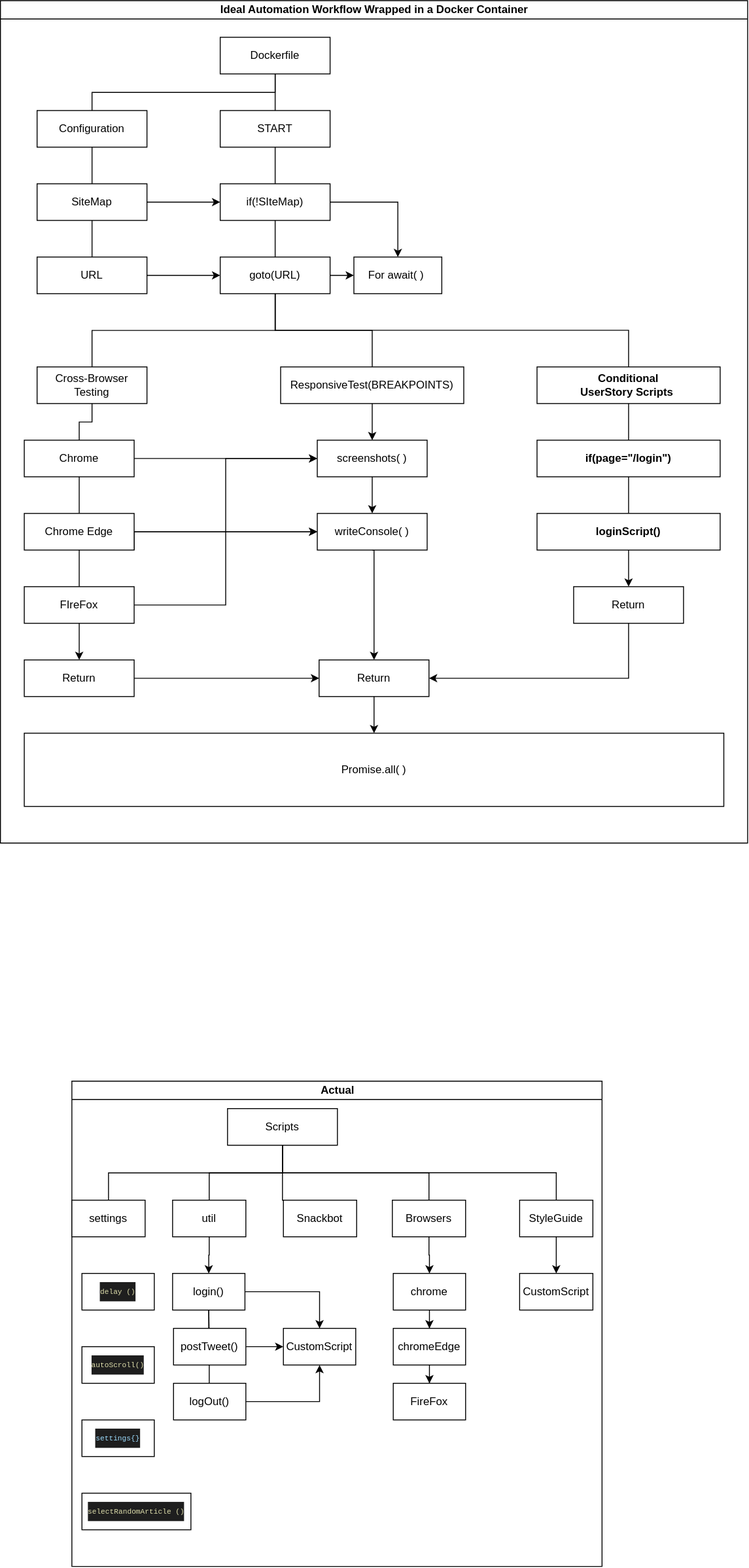
This is Automation/automation.drawio.svg from HansUXdev/GhostPlate, a draw.io export, as it was before one commit. Source tidied: cells renumbered, new cells last; positions are measured from the earlier drawing's top-left corner, leaving out a move shared by most shapes.
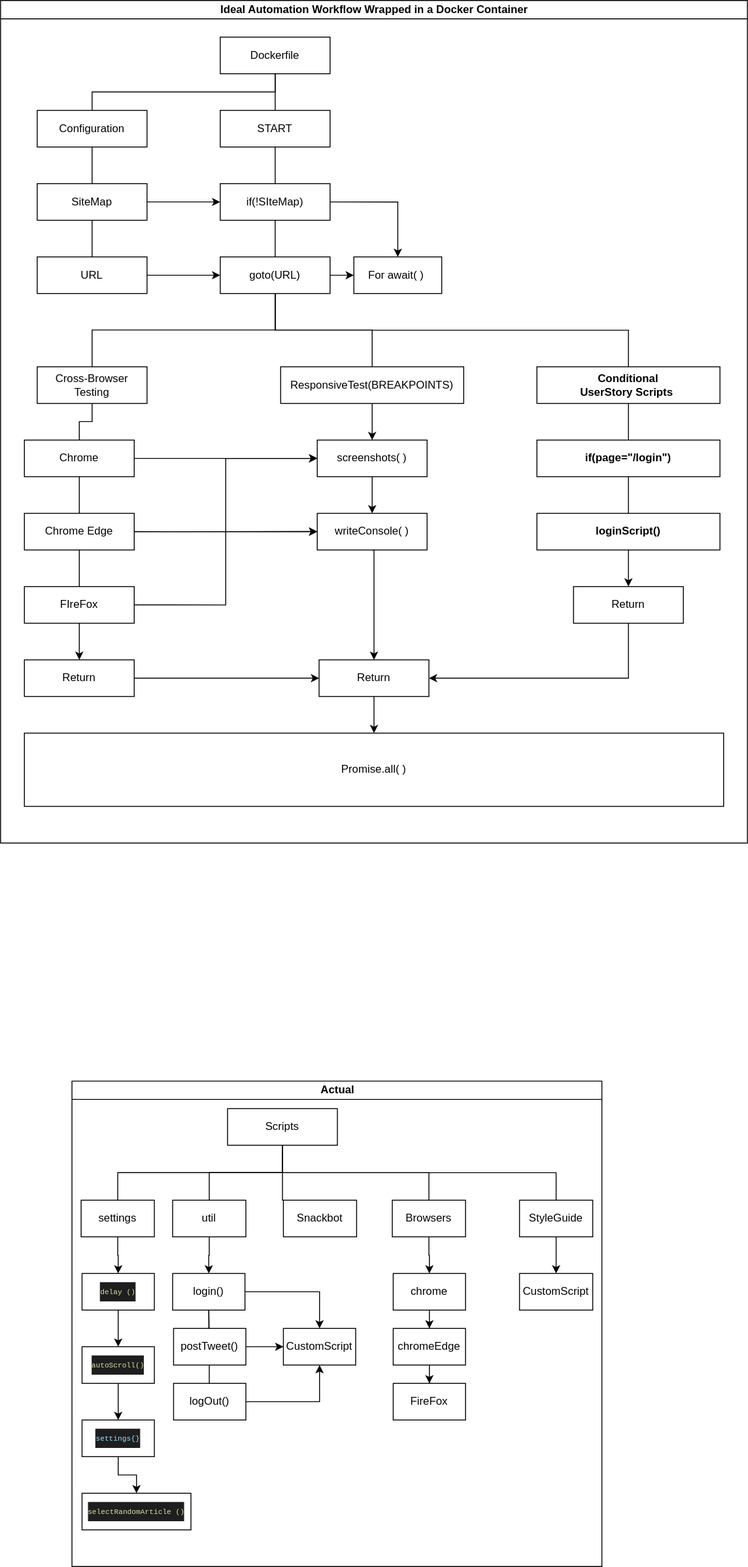
The same file after the commit.

What changed in the source:
```diff
@@ -71,8 +71,11 @@
     <mxCell id="19" style="edgeStyle=elbowEdgeStyle;elbow=vertical;startArrow=none;endArrow=none;rounded=0;" parent="2" edge="1" source="5" target="20">
       <mxGeometry relative="1" as="geometry" />
     </mxCell>
+    <mxCell id="90" style="edgeStyle=orthogonalEdgeStyle;rounded=0;jettySize=auto;html=1;exitX=0.5;exitY=1;exitDx=0;exitDy=0;entryX=0.5;entryY=0;entryDx=0;entryDy=0;" parent="2" edge="1" source="20" target="32">
+      <mxGeometry relative="1" as="geometry" />
+    </mxCell>
     <mxCell id="20" value="settings" style="whiteSpace=wrap;html=1;align=center;verticalAlign=middle;newEdgeStyle={&quot;edgeStyle&quot;:&quot;elbowEdgeStyle&quot;,&quot;startArrow&quot;:&quot;none&quot;,&quot;endArrow&quot;:&quot;none&quot;};" parent="2" vertex="1">
-      <mxGeometry y="130" width="80" height="40" as="geometry" />
+      <mxGeometry x="10" y="130" width="80" height="40" as="geometry" />
     </mxCell>
     <mxCell id="21" style="edgeStyle=orthogonalEdgeStyle;rounded=0;jettySize=auto;html=1;exitX=1;exitY=0.5;exitDx=0;exitDy=0;entryX=0.5;entryY=1;entryDx=0;entryDy=0;" parent="2" edge="1" source="22" target="31">
       <mxGeometry relative="1" as="geometry" />
@@ -107,12 +110,21 @@
     <mxCell id="31" value="CustomScript" style="rounded=0;whiteSpace=wrap;html=1;" parent="2" vertex="1">
       <mxGeometry x="231" y="270" width="79" height="40" as="geometry" />
     </mxCell>
+    <mxCell id="91" style="edgeStyle=orthogonalEdgeStyle;rounded=0;jettySize=auto;html=1;exitX=0.5;exitY=1;exitDx=0;exitDy=0;" parent="2" edge="1" source="32" target="33">
+      <mxGeometry relative="1" as="geometry" />
+    </mxCell>
     <mxCell id="32" value="&lt;div style=&quot;color: rgb(212 , 212 , 212) ; background-color: rgb(30 , 30 , 30) ; font-family: &amp;#34;menlo&amp;#34; , &amp;#34;monaco&amp;#34; , &amp;#34;courier new&amp;#34; , monospace ; line-height: 21px&quot;&gt;&lt;span style=&quot;color: rgb(220 , 220 , 170) ; font-family: &amp;#34;menlo&amp;#34; , &amp;#34;monaco&amp;#34; , &amp;#34;courier new&amp;#34; , monospace&quot;&gt;&lt;font style=&quot;font-size: 8px&quot;&gt;delay&lt;/font&gt;&lt;/span&gt;&lt;span style=&quot;color: rgb(220 , 220 , 170)&quot;&gt;&lt;font style=&quot;font-size: 8px&quot;&gt;()&lt;/font&gt;&lt;/span&gt;&lt;/div&gt;" style="rounded=0;whiteSpace=wrap;html=1;" parent="2" vertex="1">
       <mxGeometry x="11" y="210" width="79" height="40" as="geometry" />
     </mxCell>
+    <mxCell id="92" style="edgeStyle=orthogonalEdgeStyle;rounded=0;jettySize=auto;html=1;exitX=0.5;exitY=1;exitDx=0;exitDy=0;entryX=0.5;entryY=0;entryDx=0;entryDy=0;" parent="2" edge="1" source="33" target="34">
+      <mxGeometry relative="1" as="geometry" />
+    </mxCell>
     <mxCell id="33" value="&lt;div style=&quot;color: rgb(212 , 212 , 212) ; background-color: rgb(30 , 30 , 30) ; font-family: &amp;#34;menlo&amp;#34; , &amp;#34;monaco&amp;#34; , &amp;#34;courier new&amp;#34; , monospace ; line-height: 21px&quot;&gt;&lt;span style=&quot;color: rgb(220 , 220 , 170)&quot;&gt;&lt;font style=&quot;font-size: 8px&quot;&gt;autoScroll()&lt;/font&gt;&lt;/span&gt;&lt;/div&gt;" style="rounded=0;whiteSpace=wrap;html=1;" parent="2" vertex="1">
       <mxGeometry x="11" y="290" width="79" height="40" as="geometry" />
     </mxCell>
+    <mxCell id="93" style="edgeStyle=orthogonalEdgeStyle;rounded=0;jettySize=auto;html=1;exitX=0.5;exitY=1;exitDx=0;exitDy=0;" parent="2" edge="1" source="34" target="35">
+      <mxGeometry relative="1" as="geometry" />
+    </mxCell>
     <mxCell id="34" value="&lt;div style=&quot;color: rgb(212 , 212 , 212) ; background-color: rgb(30 , 30 , 30) ; font-family: &amp;#34;menlo&amp;#34; , &amp;#34;monaco&amp;#34; , &amp;#34;courier new&amp;#34; , monospace ; line-height: 21px&quot;&gt;&lt;span style=&quot;color: rgb(156 , 220 , 254) ; font-family: &amp;#34;menlo&amp;#34; , &amp;#34;monaco&amp;#34; , &amp;#34;courier new&amp;#34; , monospace&quot;&gt;&lt;font style=&quot;font-size: 8px&quot;&gt;settings{}&lt;/font&gt;&lt;/span&gt;&lt;/div&gt;" style="rounded=0;whiteSpace=wrap;html=1;" parent="2" vertex="1">
       <mxGeometry x="11" y="370" width="79" height="40" as="geometry" />
     </mxCell>
```
